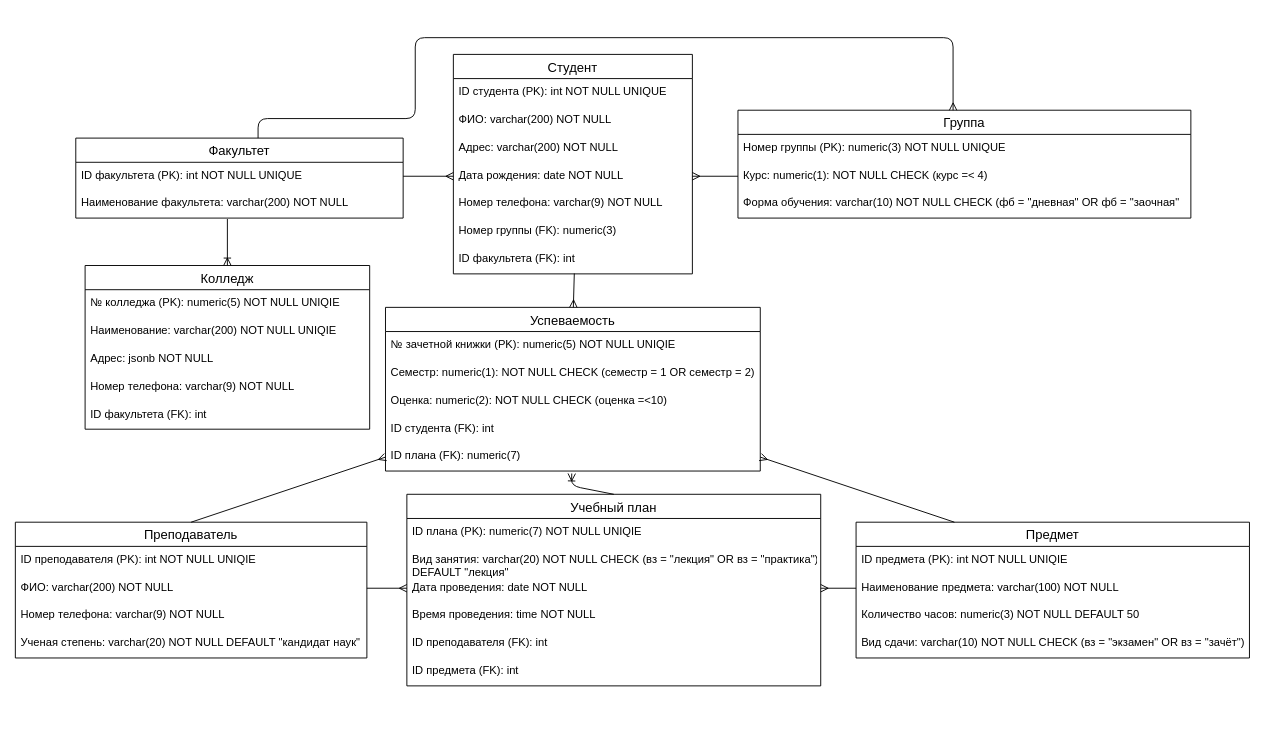
Earlier version of the draw.io diagram Структура колледжей.drawio (Glebasher123/PostgreSQL_practice). Source tidied: cells renumbered, new cells numbered last; positions are measured from the earlier drawing's top-left corner, leaving out a move shared by most shapes. Both pictures are drawn from the tidied source at 93%, with x=0, y=0 at pixel (15, 37).
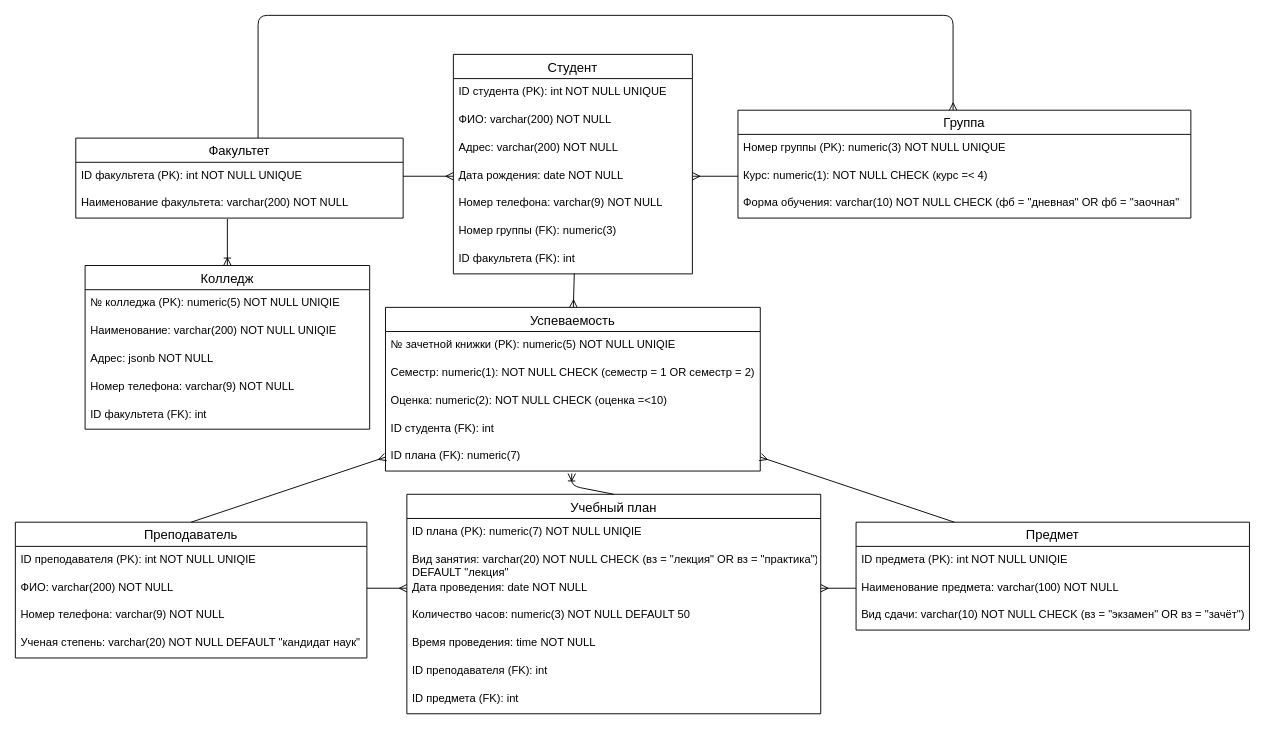
Above is the later version.

Unchanged cells that the change refers to:
```xml
<mxCell id="37" value="Группа" style="swimlane;fontStyle=0;horizontal=1;startSize=26;align=center;fontSize=14;" parent="1" vertex="1">
  <mxGeometry x="777" y="78" width="487" height="116" as="geometry" />
</mxCell>
```

Diff of the diagram source:
```diff
@@
     <mxCell id="10" value="Учебный план" style="swimlane;fontStyle=0;horizontal=1;startSize=26;align=center;fontSize=14;" parent="1" vertex="1">
-      <mxGeometry x="421" y="491" width="445" height="206" as="geometry" />
+      <mxGeometry x="421" y="491" width="445" height="236" as="geometry" />
     </mxCell>
@@
+    <mxCell id="44" value="Количество часов: numeric(3) NOT NULL DEFAULT 50" style="text;strokeColor=none;fillColor=none;spacingLeft=4;spacingRight=4;overflow=hidden;fontSize=12;" parent="10" vertex="1">
+      <mxGeometry y="116" width="445" height="30" as="geometry" />
+    </mxCell>
     <mxCell id="14" value="Время проведения: time NOT NULL" style="text;strokeColor=none;fillColor=none;spacingLeft=4;spacingRight=4;overflow=hidden;fontSize=12;" parent="10" vertex="1">
-      <mxGeometry y="116" width="445" height="30" as="geometry" />
+      <mxGeometry y="146" width="445" height="30" as="geometry" />
     </mxCell>
     <mxCell id="15" value="ID преподавателя (FK): int" style="text;strokeColor=none;fillColor=none;spacingLeft=4;spacingRight=4;overflow=hidden;fontSize=12;" parent="10" vertex="1">
-      <mxGeometry y="146" width="445" height="30" as="geometry" />
+      <mxGeometry y="176" width="445" height="30" as="geometry" />
     </mxCell>
     <mxCell id="16" value="ID предмета (FK): int" style="text;strokeColor=none;fillColor=none;spacingLeft=4;spacingRight=4;overflow=hidden;fontSize=12;" parent="10" vertex="1">
-      <mxGeometry y="176" width="445" height="30" as="geometry" />
+      <mxGeometry y="206" width="445" height="30" as="geometry" />
     </mxCell>
@@
     <mxCell id="41" value="Предмет" style="swimlane;fontStyle=0;horizontal=1;startSize=26;align=center;fontSize=14;" parent="1" vertex="1">
-      <mxGeometry x="904" y="521" width="423" height="146" as="geometry" />
+      <mxGeometry x="904" y="521" width="423" height="116" as="geometry" />
     </mxCell>
@@
-    <mxCell id="44" value="Количество часов: numeric(3) NOT NULL DEFAULT 50" style="text;strokeColor=none;fillColor=none;spacingLeft=4;spacingRight=4;overflow=hidden;fontSize=12;" parent="41" vertex="1">
-      <mxGeometry y="86" width="423" height="30" as="geometry" />
-    </mxCell>
     <mxCell id="45" value="Вид сдачи: varchar(10) NOT NULL CHECK (вз = &quot;экзамен&quot; OR вз = &quot;зачёт&quot;)" style="text;strokeColor=none;fillColor=none;spacingLeft=4;spacingRight=4;overflow=hidden;fontSize=12;" parent="41" vertex="1">
-      <mxGeometry y="116" width="423" height="30" as="geometry" />
+      <mxGeometry y="86" width="423" height="30" as="geometry" />
     </mxCell>
@@
     <mxCell id="53" style="edgeStyle=orthogonalEdgeStyle;fontSize=12;html=1;endArrow=ERmany;entryX=0.475;entryY=0.001;entryDx=0;entryDy=0;entryPerimeter=0;" parent="1" edge="1" target="37">
       <mxGeometry relative="1" as="geometry">
         <mxPoint x="261" y="108" as="sourcePoint" />
         <Array as="points">
-          <mxPoint x="261" y="87" />
-          <mxPoint x="430" y="87" />
-          <mxPoint x="430" />
-          <mxPoint x="1008" />
+          <mxPoint x="261" y="-24" />
+          <mxPoint x="1008" y="-24" />
         </Array>
       </mxGeometry>
     </mxCell>
```
